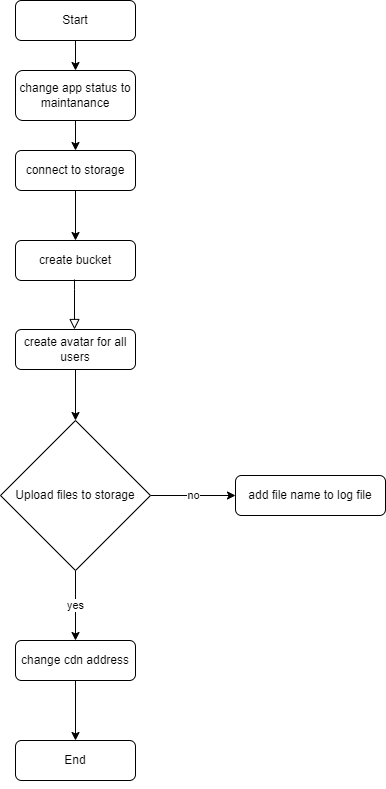
Kiarash-Salehi/migrate_to_storage keeps this draw.io diagram as migrate to storage.drawio.png. Above is the earlier version. Source tidied: cells renumbered, new cells last; positions are measured from the earlier drawing's top-left corner, leaving out a move shared by most shapes.
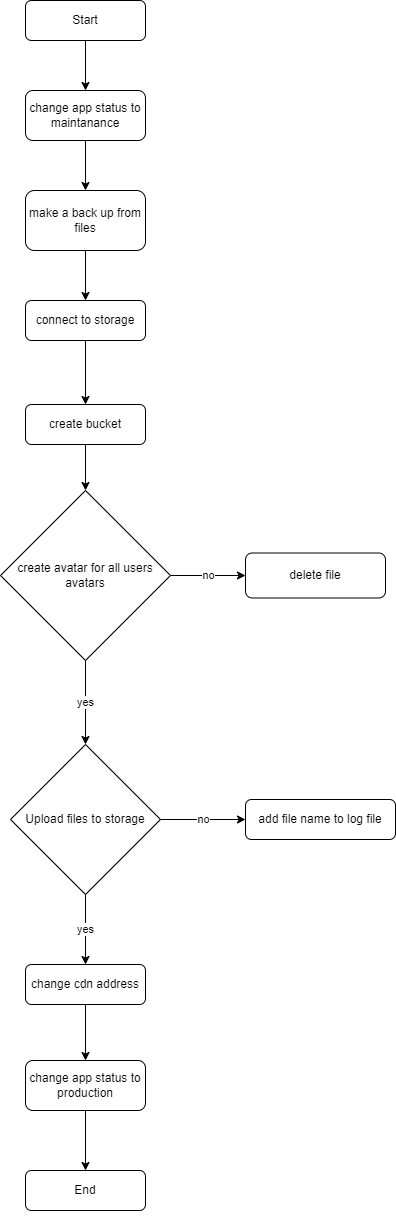
Later version of the same file.

Diff of the diagram source:
```diff
@@ -12,60 +12,69 @@
       <mxGeometry relative="1" as="geometry" />
     </mxCell>
     <mxCell id="5" value="connect to storage" style="rounded=1;whiteSpace=wrap;html=1;fontSize=12;glass=0;strokeWidth=1;shadow=0;" parent="1" vertex="1">
-      <mxGeometry x="15" y="150" width="120" height="40" as="geometry" />
+      <mxGeometry x="15" y="300" width="120" height="40" as="geometry" />
     </mxCell>
     <mxCell id="6" value="End" style="rounded=1;whiteSpace=wrap;html=1;fontSize=12;glass=0;strokeWidth=1;shadow=0;" parent="1" vertex="1">
-      <mxGeometry x="15" y="740" width="120" height="40" as="geometry" />
+      <mxGeometry x="15" y="1170" width="120" height="40" as="geometry" />
     </mxCell>
+    <mxCell id="20" style="edgeStyle=orthogonalEdgeStyle;rounded=0;jettySize=auto;html=1;entryX=0.5;entryY=0;entryDx=0;entryDy=0;" parent="1" edge="1" source="7" target="25">
+      <mxGeometry relative="1" as="geometry" />
+    </mxCell>
     <mxCell id="7" value="create bucket" style="rounded=1;whiteSpace=wrap;html=1;fontSize=12;glass=0;strokeWidth=1;shadow=0;" parent="1" vertex="1">
-      <mxGeometry x="15" y="240" width="120" height="40" as="geometry" />
+      <mxGeometry x="15" y="404" width="120" height="40" as="geometry" />
     </mxCell>
-    <mxCell id="8" style="edgeStyle=orthogonalEdgeStyle;rounded=0;jettySize=auto;html=1;" parent="1" edge="1" source="9">
-      <mxGeometry relative="1" as="geometry">
-        <mxPoint x="75" y="420" as="targetPoint" />
-      </mxGeometry>
-    </mxCell>
-    <mxCell id="9" value="create avatar for all users" style="rounded=1;whiteSpace=wrap;html=1;" parent="1" vertex="1">
-      <mxGeometry x="15" y="329" width="120" height="40" as="geometry" />
-    </mxCell>
-    <mxCell id="10" style="rounded=0;html=1;jettySize=auto;orthogonalLoop=1;fontSize=11;endArrow=block;endFill=0;endSize=8;strokeWidth=1;shadow=0;labelBackgroundColor=none;edgeStyle=orthogonalEdgeStyle;" parent="1" edge="1">
-      <mxGeometry relative="1" as="geometry">
-        <mxPoint x="74" y="279" as="sourcePoint" />
-        <mxPoint x="74" y="329" as="targetPoint" />
-        <Array as="points">
-          <mxPoint x="74" y="289" />
-          <mxPoint x="74" y="289" />
-        </Array>
-      </mxGeometry>
-    </mxCell>
     <mxCell id="11" value="no" style="edgeStyle=orthogonalEdgeStyle;rounded=0;jettySize=auto;html=1;" parent="1" edge="1" source="13">
       <mxGeometry relative="1" as="geometry">
-        <mxPoint x="235" y="495" as="targetPoint" />
+        <mxPoint x="235" y="819" as="targetPoint" />
       </mxGeometry>
     </mxCell>
     <mxCell id="12" value="yes" style="edgeStyle=orthogonalEdgeStyle;rounded=0;jettySize=auto;html=1;entryX=0.5;entryY=0;entryDx=0;entryDy=0;" parent="1" edge="1" source="13" target="17">
       <mxGeometry relative="1" as="geometry" />
     </mxCell>
     <mxCell id="13" value="Upload files to storage" style="rhombus;whiteSpace=wrap;html=1;" parent="1" vertex="1">
-      <mxGeometry y="420" width="150" height="150" as="geometry" />
+      <mxGeometry y="744" width="150" height="150" as="geometry" />
     </mxCell>
     <mxCell id="14" value="add file name to log file" style="rounded=1;whiteSpace=wrap;html=1;" parent="1" vertex="1">
-      <mxGeometry x="235" y="475" width="150" height="40" as="geometry" />
+      <mxGeometry x="235" y="799" width="150" height="40" as="geometry" />
     </mxCell>
     <mxCell id="15" style="edgeStyle=orthogonalEdgeStyle;rounded=0;orthogonalLoop=1;jettySize=auto;html=1;exitX=0.5;exitY=1;exitDx=0;exitDy=0;" parent="1" edge="1" source="6" target="6">
       <mxGeometry relative="1" as="geometry" />
     </mxCell>
-    <mxCell id="16" style="edgeStyle=orthogonalEdgeStyle;rounded=0;jettySize=auto;html=1;entryX=0.5;entryY=0;entryDx=0;entryDy=0;" parent="1" edge="1" source="17" target="6">
+    <mxCell id="16" style="edgeStyle=orthogonalEdgeStyle;rounded=0;jettySize=auto;html=1;entryX=0.5;entryY=0;entryDx=0;entryDy=0;" parent="1" edge="1" source="17" target="28">
       <mxGeometry relative="1" as="geometry" />
     </mxCell>
     <mxCell id="17" value="change cdn address" style="rounded=1;whiteSpace=wrap;html=1;" parent="1" vertex="1">
-      <mxGeometry x="15" y="640" width="120" height="40" as="geometry" />
+      <mxGeometry x="15" y="964" width="120" height="40" as="geometry" />
     </mxCell>
-    <mxCell id="18" style="edgeStyle=orthogonalEdgeStyle;rounded=0;jettySize=auto;html=1;" parent="1" edge="1" source="19" target="5">
+    <mxCell id="18" style="edgeStyle=orthogonalEdgeStyle;rounded=0;jettySize=auto;html=1;entryX=0.5;entryY=0;entryDx=0;entryDy=0;" parent="1" edge="1" source="19" target="22">
       <mxGeometry relative="1" as="geometry" />
     </mxCell>
     <mxCell id="19" value="change app status to maintanance" style="rounded=1;whiteSpace=wrap;html=1;" parent="1" vertex="1">
-      <mxGeometry x="15" y="70" width="120" height="50" as="geometry" />
+      <mxGeometry x="15" y="90" width="120" height="50" as="geometry" />
     </mxCell>
+    <mxCell id="21" style="edgeStyle=orthogonalEdgeStyle;rounded=0;jettySize=auto;html=1;" parent="1" edge="1" source="22" target="5">
+      <mxGeometry relative="1" as="geometry" />
+    </mxCell>
+    <mxCell id="22" value="make a back up from files" style="rounded=1;whiteSpace=wrap;html=1;" parent="1" vertex="1">
+      <mxGeometry x="15" y="190" width="120" height="60" as="geometry" />
+    </mxCell>
+    <mxCell id="23" value="no" style="edgeStyle=orthogonalEdgeStyle;rounded=0;jettySize=auto;html=1;entryX=0;entryY=0.5;entryDx=0;entryDy=0;" parent="1" edge="1" source="25" target="26">
+      <mxGeometry relative="1" as="geometry" />
+    </mxCell>
+    <mxCell id="24" value="yes" style="edgeStyle=orthogonalEdgeStyle;rounded=0;jettySize=auto;html=1;entryX=0.5;entryY=0;entryDx=0;entryDy=0;" parent="1" edge="1" source="25" target="13">
+      <mxGeometry relative="1" as="geometry" />
+    </mxCell>
+    <mxCell id="25" value="create avatar for all users avatars" style="rhombus;whiteSpace=wrap;html=1;" parent="1" vertex="1">
+      <mxGeometry x="-10" y="490" width="170" height="170" as="geometry" />
+    </mxCell>
+    <mxCell id="26" value="delete file" style="rounded=1;whiteSpace=wrap;html=1;" parent="1" vertex="1">
+      <mxGeometry x="235" y="552.5" width="140" height="45" as="geometry" />
+    </mxCell>
+    <mxCell id="27" style="edgeStyle=orthogonalEdgeStyle;rounded=0;jettySize=auto;html=1;entryX=0.5;entryY=0;entryDx=0;entryDy=0;" parent="1" edge="1" source="28" target="6">
+      <mxGeometry relative="1" as="geometry" />
+    </mxCell>
+    <mxCell id="28" value="change app status to production" style="rounded=1;whiteSpace=wrap;html=1;" parent="1" vertex="1">
+      <mxGeometry x="15" y="1060" width="120" height="50" as="geometry" />
+    </mxCell>
   </root>
 </mxGraphModel>
```
